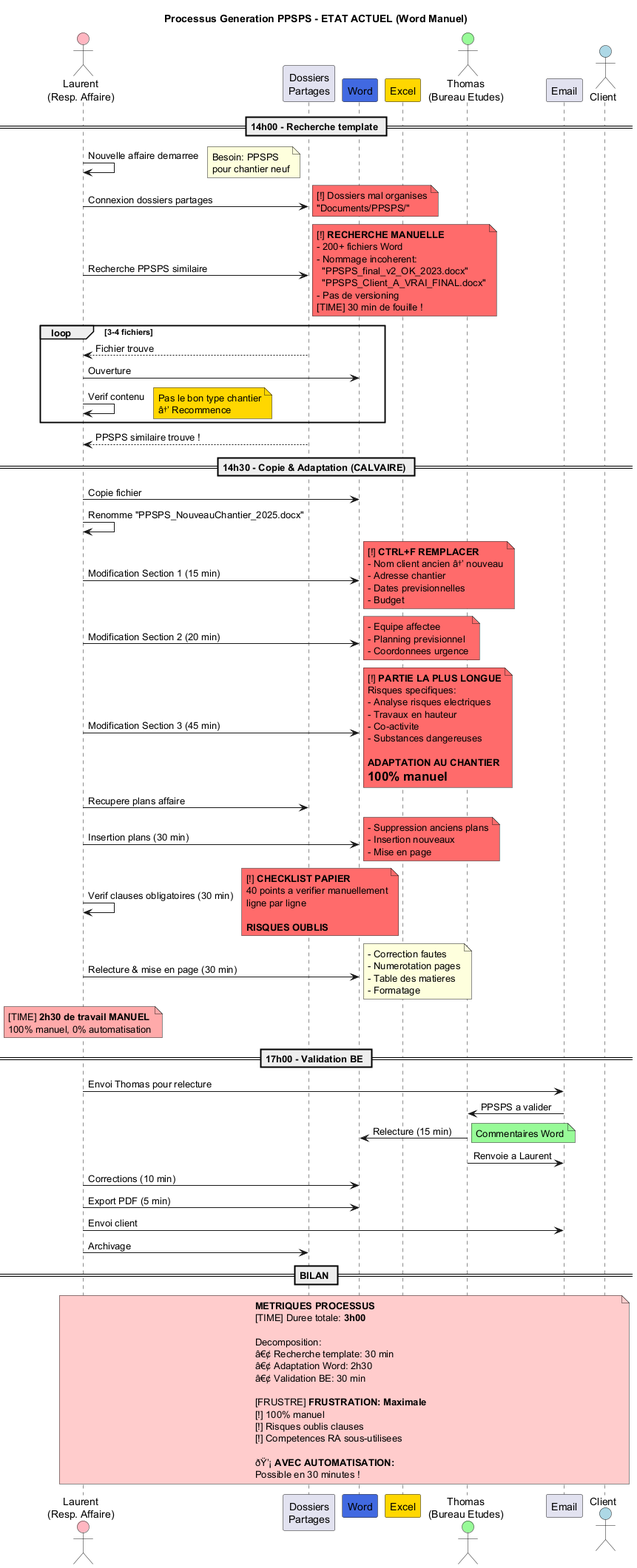
The PlantUML diagram Services/Direction-Affaires/uml/png/Generation_PPSPS_Actuel.png in JordanSerafini/Audit_Duret, before a commit.
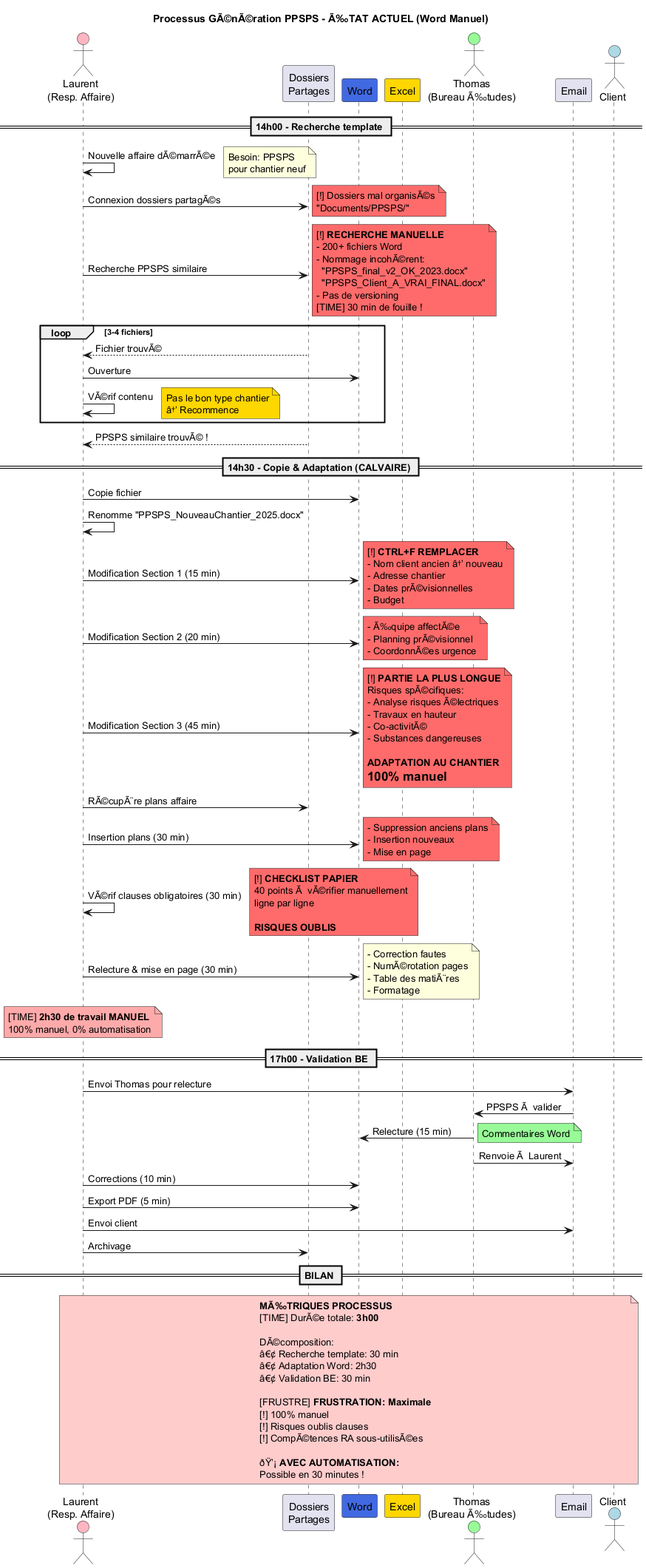
After the commit.

Change to the diagram source:
```diff
@@ -1,26 +1,26 @@
 @startuml Generation_PPSPS_Actuel
 
-title Processus Generation PPSPS - ETAT ACTUEL (Word Manuel)
+title Processus GÃ©nÃ©ration PPSPS - Ã‰TAT ACTUEL (Word Manuel)
 
 actor "Laurent\n(Resp. Affaire)" as Laurent #FFB6C1
 participant "Dossiers\nPartages" as Dossiers
 participant "Word" as Word #4169E1
 participant "Excel" as Excel #FFD700
-actor "Thomas\n(Bureau Etudes)" as Thomas #98FB98
+actor "Thomas\n(Bureau Ã‰tudes)" as Thomas #98FB98
 participant "Email" as Email
 actor "Client" as Client #ADD8E6
 
 == 14h00 - Recherche template ==
 
-Laurent -> Laurent: Nouvelle affaire demarree
+Laurent -> Laurent: Nouvelle affaire dÃ©marrÃ©e
 note right
   Besoin: PPSPS
   pour chantier neuf
 end note
 
-Laurent -> Dossiers: Connexion dossiers partages
+Laurent -> Dossiers: Connexion dossiers partagÃ©s
 note right #FF6B6B
-  [!] Dossiers mal organises
+  [!] Dossiers mal organisÃ©s
   "Documents/PPSPS/"
 end note
 
@@ -28,7 +28,7 @@
 note right #FF6B6B
   [!] **RECHERCHE MANUELLE**
   - 200+ fichiers Word
-  - Nommage incoherent:
+  - Nommage incohÃ©rent:
     "PPSPS_final_v2_OK_2023.docx"
     "PPSPS_Client_A_VRAI_FINAL.docx"
   - Pas de versioning
@@ -36,16 +36,16 @@
 end note
 
 loop 3-4 fichiers
-    Dossiers --> Laurent: Fichier trouve
+    Dossiers --> Laurent: Fichier trouvÃ©
     Laurent -> Word: Ouverture
-    Laurent -> Laurent: Verif contenu
+    Laurent -> Laurent: VÃ©rif contenu
     note right #FFD700
       Pas le bon type chantier
       â†’ Recommence
     end note
 end
 
-Dossiers --> Laurent: PPSPS similaire trouve !
+Dossiers --> Laurent: PPSPS similaire trouvÃ© !
 
 == 14h30 - Copie & Adaptation (CALVAIRE) ==
 
@@ -57,31 +57,31 @@
   [!] **CTRL+F REMPLACER**
   - Nom client ancien â†’ nouveau
   - Adresse chantier
-  - Dates previsionnelles
+  - Dates prÃ©visionnelles
   - Budget
 end note
 
 Laurent -> Word: Modification Section 2 (20 min)
 note right #FF6B6B
-  - Equipe affectee
-  - Planning previsionnel
-  - Coordonnees urgence
+  - Ã‰quipe affectÃ©e
+  - Planning prÃ©visionnel
+  - CoordonnÃ©es urgence
 end note
 
 Laurent -> Word: Modification Section 3 (45 min)
 note right #FF6B6B
   [!] **PARTIE LA PLUS LONGUE**
-  Risques specifiques:
-  - Analyse risques electriques
+  Risques spÃ©cifiques:
+  - Analyse risques Ã©lectriques
   - Travaux en hauteur
-  - Co-activite
+  - Co-activitÃ©
   - Substances dangereuses
 
   **ADAPTATION AU CHANTIER**
   = 100% manuel
 end note
 
-Laurent -> Dossiers: Recupere plans affaire
+Laurent -> Dossiers: RÃ©cupÃ¨re plans affaire
 Laurent -> Word: Insertion plans (30 min)
 note right #FF6B6B
   - Suppression anciens plans
@@ -89,10 +89,10 @@
   - Mise en page
 end note
 
-Laurent -> Laurent: Verif clauses obligatoires (30 min)
+Laurent -> Laurent: VÃ©rif clauses obligatoires (30 min)
 note right #FF6B6B
   [!] **CHECKLIST PAPIER**
-  40 points a verifier manuellement
+  40 points Ã  vÃ©rifier manuellement
   ligne par ligne
 
   **RISQUES OUBLIS**
@@ -101,8 +101,8 @@
 Laurent -> Word: Relecture & mise en page (30 min)
 note right
   - Correction fautes
-  - Numerotation pages
-  - Table des matieres
+  - NumÃ©rotation pages
+  - Table des matiÃ¨res
   - Formatage
 end note
 
@@ -114,14 +114,14 @@
 == 17h00 - Validation BE ==
 
 Laurent -> Email: Envoi Thomas pour relecture
-Email -> Thomas: PPSPS a valider
+Email -> Thomas: PPSPS Ã  valider
 
 Thomas -> Word: Relecture (15 min)
 note right #98FB98
   Commentaires Word
 end note
 
-Thomas -> Email: Renvoie a Laurent
+Thomas -> Email: Renvoie Ã  Laurent
 
 Laurent -> Word: Corrections (10 min)
 
@@ -132,10 +132,10 @@
 == BILAN ==
 
 note over Laurent, Client #FFCCCC
-  **METRIQUES PROCESSUS**
-  [TIME] Duree totale: **3h00**
+  **MÃ‰TRIQUES PROCESSUS**
+  [TIME] DurÃ©e totale: **3h00**
 
-  Decomposition:
+  DÃ©composition:
   â€¢ Recherche template: 30 min
   â€¢ Adaptation Word: 2h30
   â€¢ Validation BE: 30 min
@@ -143,7 +143,7 @@
   [FRUSTRE] **FRUSTRATION: Maximale**
   [!] 100% manuel
   [!] Risques oublis clauses
-  [!] Competences RA sous-utilisees
+  [!] CompÃ©tences RA sous-utilisÃ©es
 
   ðŸ’¡ **AVEC AUTOMATISATION:**
   Possible en 30 minutes !
```
